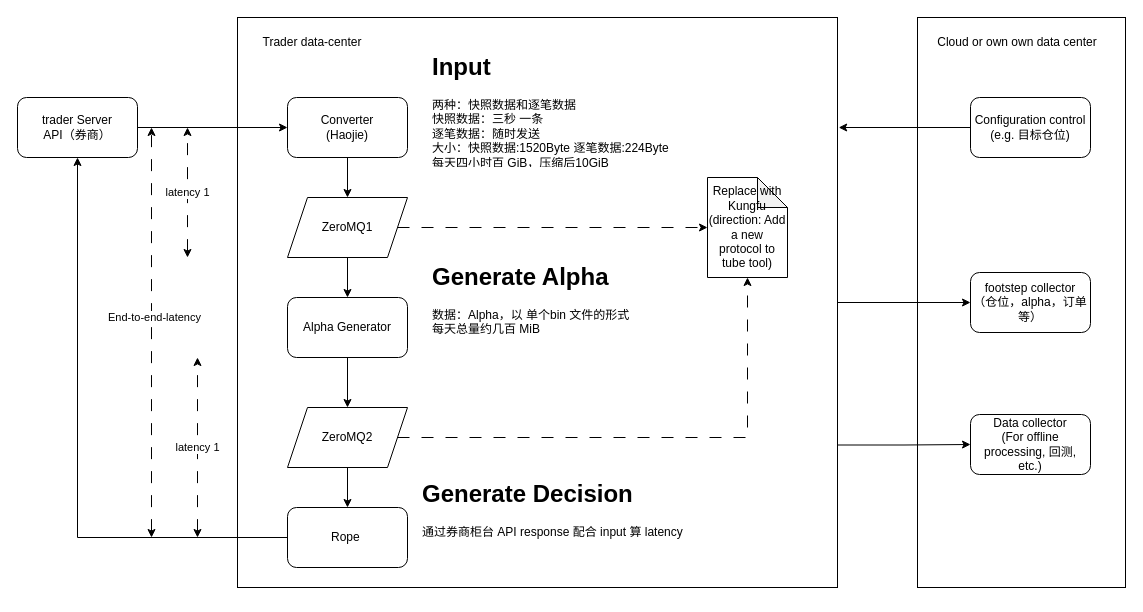
The draw.io diagram 未命名绘图.drawio in leongu412/scratch, before the edit. Source tidied: cells renumbered, new cells numbered last; positions are measured from the earlier drawing's top-left corner, leaving out a move shared by most shapes. Both pictures are drawn from the tidied source at 100%, with x=0, y=0 at pixel (17, 17).
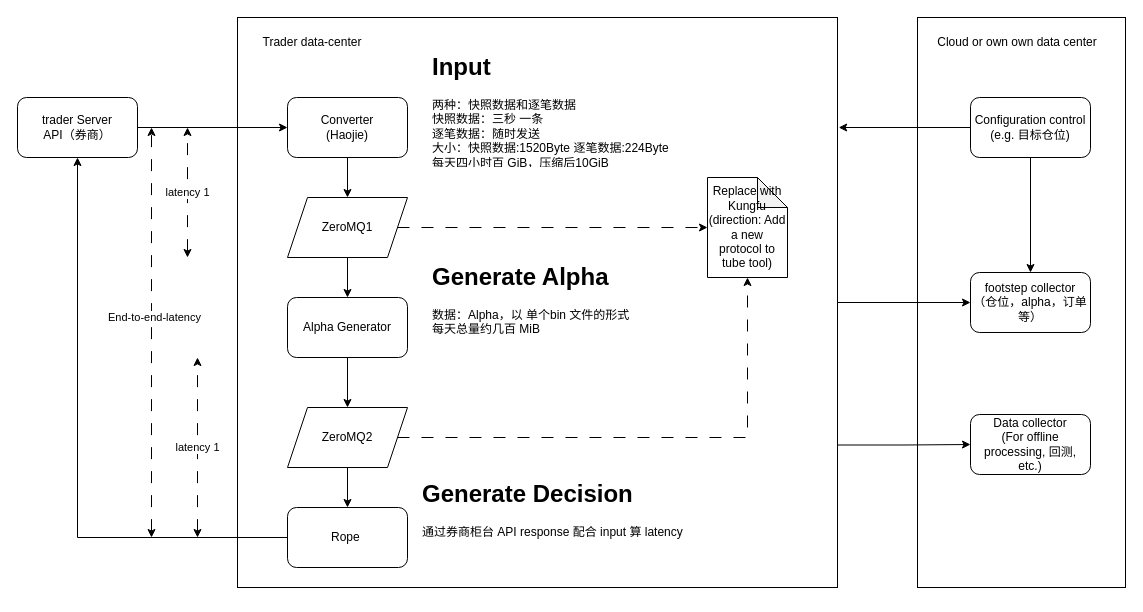
The same page after the edit.

Unchanged cells that the change refers to:
```xml
<mxCell id="22" value="Configuration control&lt;br&gt;(e.g. 目标仓位)" style="rounded=1;whiteSpace=wrap;html=1;" parent="1" vertex="1">
  <mxGeometry x="953" y="80" width="120" height="60" as="geometry" />
</mxCell>
<mxCell id="23" value="footstep collector&lt;br&gt;（仓位，alpha，订单等）" style="rounded=1;whiteSpace=wrap;html=1;" parent="1" vertex="1">
  <mxGeometry x="953" y="255" width="120" height="60" as="geometry" />
</mxCell>
```

Diff of the diagram source:
```diff
@@
+    <mxCell id="34" style="edgeStyle=orthogonalEdgeStyle;rounded=0;jettySize=auto;html=1;" parent="1" edge="1" source="22" target="23">
+      <mxGeometry relative="1" as="geometry" />
+    </mxCell>
```
